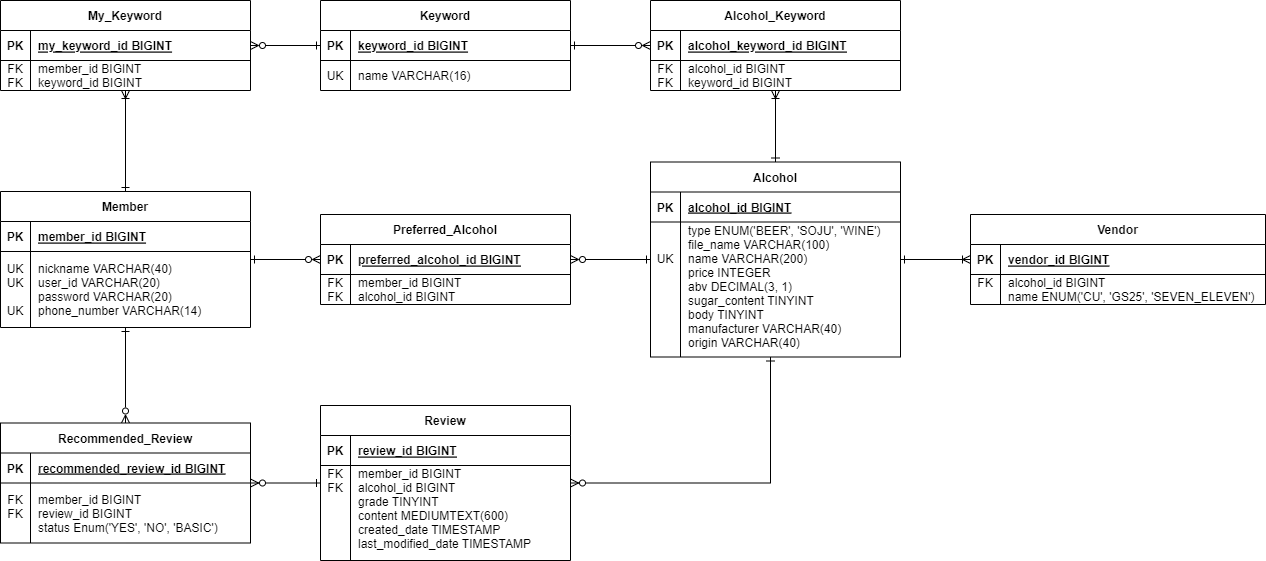
Above: pyeonsool-table.png in great-sprout/PyeonSool (draw.io), before the change. Source tidied: cells renumbered, new cells last; positions are measured from the earlier drawing's top-left corner, leaving out a move shared by most shapes.
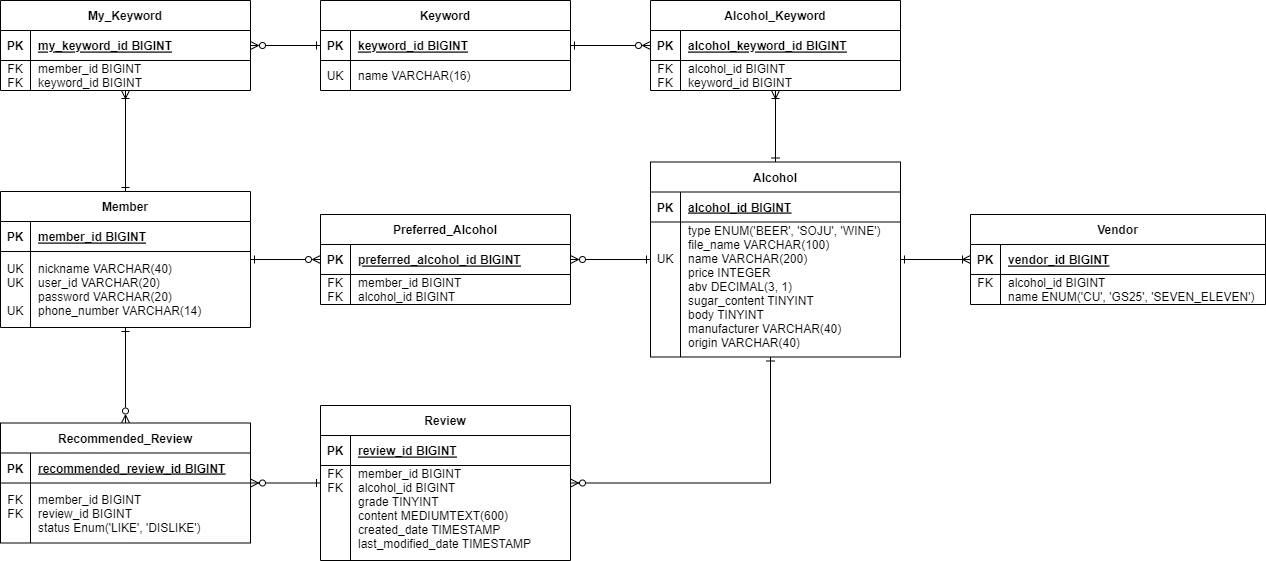
The same file after the commit.

Commit message:
docs: 추천 리뷰 enum 필드 수정

Diff of the diagram source:
```diff
@@ -226,7 +226,7 @@
     <mxCell id="73" value="FK&#10;FK&#10;" style="shape=partialRectangle;overflow=hidden;fillColor=none;top=0;left=0;bottom=0;right=0;" parent="72" vertex="1">
       <mxGeometry width="30" height="60" as="geometry" />
     </mxCell>
-    <mxCell id="74" value="member_id BIGINT&#10;review_id BIGINT&#10;status Enum('YES', 'NO', 'BASIC')" style="shape=partialRectangle;overflow=hidden;fillColor=none;top=0;left=0;bottom=0;right=0;align=left;spacingLeft=6;" parent="72" vertex="1">
+    <mxCell id="74" value="member_id BIGINT&#10;review_id BIGINT&#10;status Enum('LIKE', 'DISLIKE')" style="shape=partialRectangle;overflow=hidden;fillColor=none;top=0;left=0;bottom=0;right=0;align=left;spacingLeft=6;" parent="72" vertex="1">
       <mxGeometry x="30" width="220" height="60" as="geometry" />
     </mxCell>
   </root>
```
